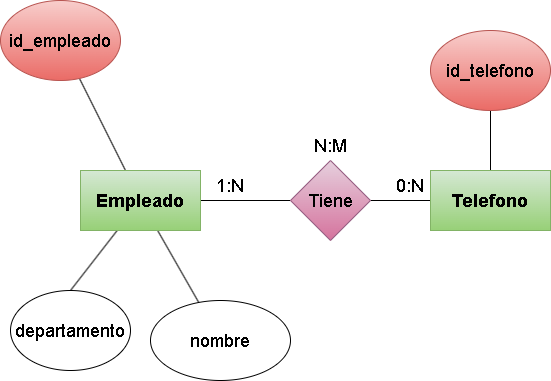
The draw.io diagram Normalizacion/img/Ejercicio03.drawio.png in Darkoscurito/Base-de-datos, before a commit. Source tidied: cells renumbered, new cells last; positions are measured from the earlier drawing's top-left corner, leaving out a move shared by most shapes.
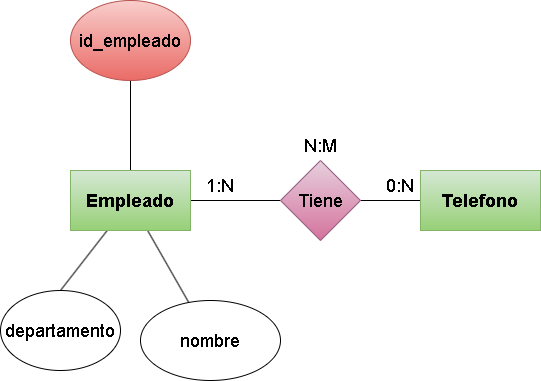
Above is the later version.

The edit, as a diff of the source:
```diff
@@ -26,9 +26,6 @@
     <mxCell id="9" value="Tiene" style="rhombus;whiteSpace=wrap;html=1;fontSize=18;fillColor=#e6d0de;gradientColor=#d5739d;strokeColor=#996185;" parent="1" vertex="1">
       <mxGeometry x="290" y="160" width="80" height="80" as="geometry" />
     </mxCell>
-    <mxCell id="10" style="edgeStyle=none;html=1;fontSize=18;endArrow=none;endFill=0;" parent="1" edge="1" source="11" target="14">
-      <mxGeometry relative="1" as="geometry" />
-    </mxCell>
     <mxCell id="11" value="&lt;b&gt;&lt;font style=&quot;font-size: 18px;&quot;&gt;Telefono&lt;/font&gt;&lt;/b&gt;" style="rounded=0;whiteSpace=wrap;html=1;fillColor=#d5e8d4;gradientColor=#97d077;strokeColor=#82b366;" parent="1" vertex="1">
       <mxGeometry x="430" y="170" width="120" height="60" as="geometry" />
     </mxCell>
@@ -36,11 +33,8 @@
       <mxGeometry x="150" y="300" width="140" height="80" as="geometry" />
     </mxCell>
     <mxCell id="13" value="id_empleado" style="ellipse;whiteSpace=wrap;html=1;fontSize=18;fillColor=#f8cecc;gradientColor=#ea6b66;strokeColor=#b85450;" parent="1" vertex="1">
-      <mxGeometry width="120" height="80" as="geometry" />
+      <mxGeometry x="80" width="120" height="80" as="geometry" />
     </mxCell>
-    <mxCell id="14" value="id_telefono" style="ellipse;whiteSpace=wrap;html=1;fontSize=18;fillColor=#f8cecc;gradientColor=#ea6b66;strokeColor=#b85450;" parent="1" vertex="1">
-      <mxGeometry x="430" y="30" width="120" height="80" as="geometry" />
-    </mxCell>
     <mxCell id="15" value="1:N" style="text;html=1;strokeColor=none;fillColor=none;align=center;verticalAlign=middle;whiteSpace=wrap;rounded=0;fontSize=18;" parent="1" vertex="1">
       <mxGeometry x="200" y="170" width="60" height="30" as="geometry" />
     </mxCell>
```
